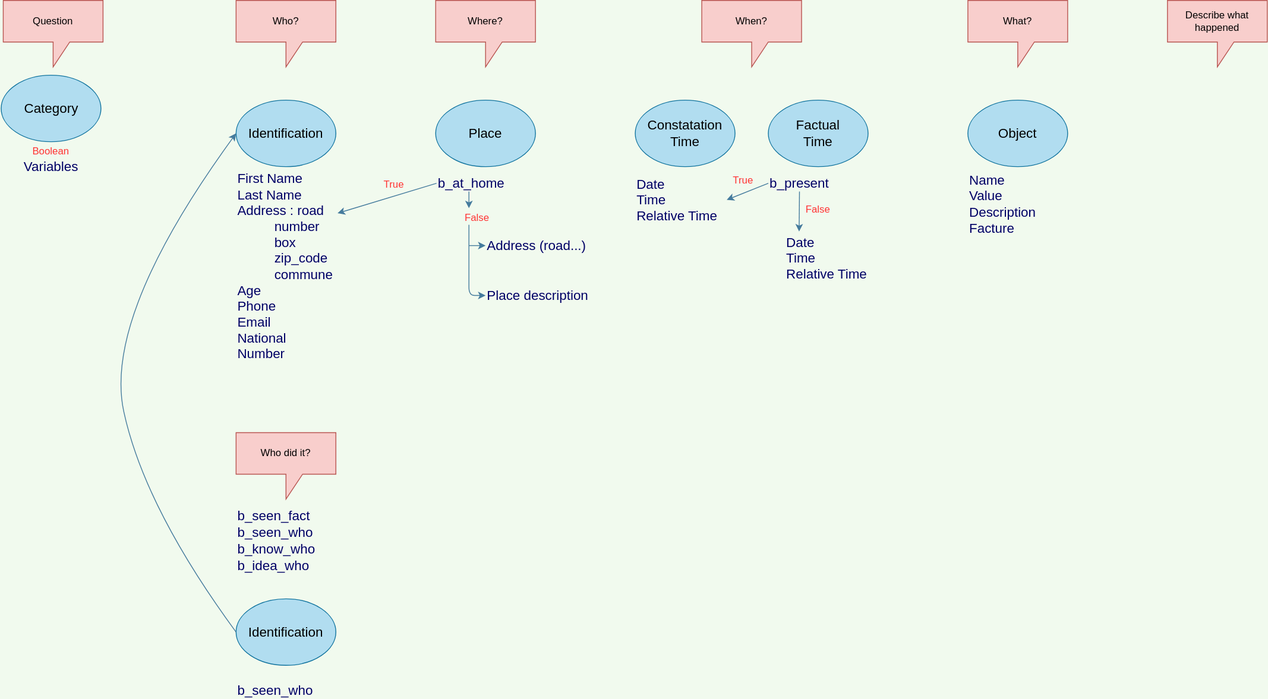
Above: concepts/Variables_needed.svg in Joffreybvn/police-training-chatbot (draw.io), before the change. Source tidied: cells renumbered, new cells last; positions are measured from the earlier drawing's top-left corner, leaving out a move shared by most shapes.
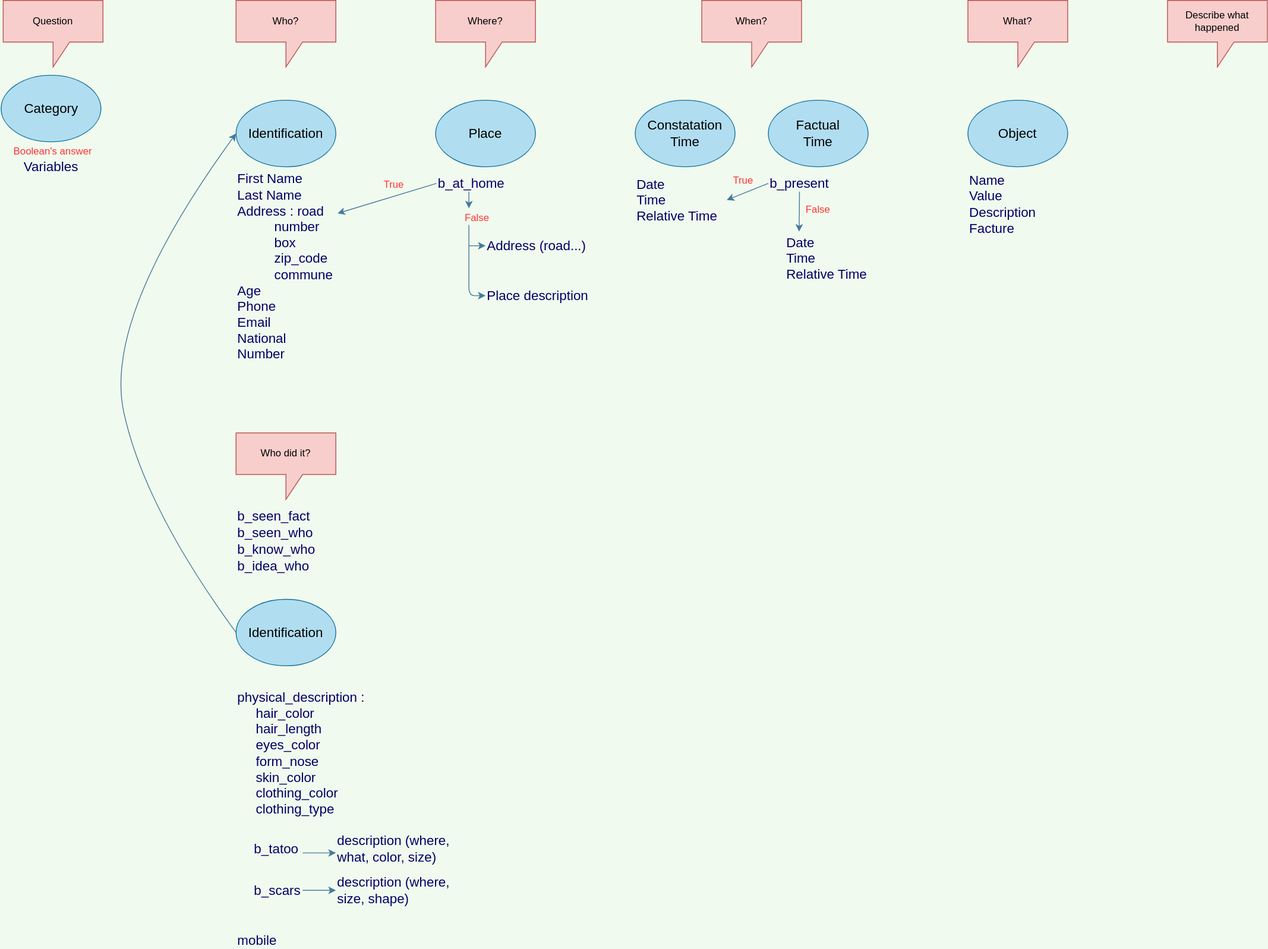
The same file after the commit.

What changed in the source:
```diff
@@ -35,8 +35,8 @@
     <mxCell id="12" value="&lt;font style=&quot;font-size: 12px&quot;&gt;True&lt;/font&gt;" style="text;html=1;align=center;verticalAlign=middle;whiteSpace=wrap;rounded=0;sketch=0;fontSize=16;fontColor=#FF3333;" parent="1" vertex="1">
       <mxGeometry x="452" y="210" width="40" height="20" as="geometry" />
     </mxCell>
-    <mxCell id="13" value="&lt;font style=&quot;font-size: 12px&quot;&gt;Boolean&lt;/font&gt;" style="text;html=1;align=center;verticalAlign=middle;whiteSpace=wrap;rounded=0;sketch=0;fontSize=16;fontColor=#FF3333;" parent="1" vertex="1">
-      <mxGeometry x="47" y="170" width="25" height="20" as="geometry" />
+    <mxCell id="13" value="&lt;font style=&quot;font-size: 12px&quot;&gt;Boolean's answer&lt;/font&gt;" style="text;html=1;align=center;verticalAlign=middle;whiteSpace=wrap;rounded=0;sketch=0;fontSize=16;fontColor=#FF3333;" parent="1" vertex="1">
+      <mxGeometry x="12" y="170" width="100" height="20" as="geometry" />
     </mxCell>
     <mxCell id="14" value="Address (road...)" style="text;html=1;align=left;verticalAlign=middle;whiteSpace=wrap;rounded=0;sketch=0;strokeWidth=1;fontColor=#000066;fontSize=16;" parent="1" vertex="1">
       <mxGeometry x="582" y="280" width="130" height="30" as="geometry" />
@@ -124,8 +124,8 @@
     <mxCell id="39" value="Identification" style="ellipse;whiteSpace=wrap;html=1;fillColor=#b1ddf0;strokeColor=#10739e;fontSize=16;" parent="1" vertex="1">
       <mxGeometry x="282" y="720" width="120" height="80" as="geometry" />
     </mxCell>
-    <mxCell id="40" value="b_seen_who" style="text;html=1;align=left;verticalAlign=middle;whiteSpace=wrap;rounded=0;sketch=0;strokeWidth=1;fontColor=#000066;fontSize=16;" parent="1" vertex="1">
-      <mxGeometry x="282" y="820" width="89" height="20" as="geometry" />
+    <mxCell id="40" value="physical_description :&lt;br&gt;&amp;nbsp; &amp;nbsp; &amp;nbsp;hair_color&lt;br&gt;&amp;nbsp; &amp;nbsp; &amp;nbsp;hair_length&lt;br&gt;&amp;nbsp; &amp;nbsp; &amp;nbsp;eyes_color&lt;br&gt;&amp;nbsp; &amp;nbsp; &amp;nbsp;form_nose&lt;br&gt;&amp;nbsp; &amp;nbsp; &amp;nbsp;skin_color&lt;br&gt;&amp;nbsp; &amp;nbsp; &amp;nbsp;clothing_color&lt;br&gt;&amp;nbsp; &amp;nbsp; &amp;nbsp;clothing_type" style="text;html=1;align=left;verticalAlign=middle;whiteSpace=wrap;rounded=0;sketch=0;strokeWidth=1;fontColor=#000066;fontSize=16;" parent="1" vertex="1">
+      <mxGeometry x="282" y="820" width="200" height="170" as="geometry" />
     </mxCell>
     <mxCell id="41" style="curved=1;endArrow=classic;html=1;strokeColor=#457B9D;fillColor=#A8DADC;fontSize=16;fontColor=#FF3333;exitX=0;exitY=0.5;exitDx=0;exitDy=0;entryX=0;entryY=0.5;entryDx=0;entryDy=0;" parent="1" edge="1" source="39" target="5">
       <mxGeometry relative="1" as="geometry">
@@ -138,5 +138,30 @@
     <mxCell id="42" value="b_know_who" style="text;html=1;align=left;verticalAlign=middle;whiteSpace=wrap;rounded=0;sketch=0;strokeWidth=1;fontColor=#000066;fontSize=16;" parent="1" vertex="1">
       <mxGeometry x="282" y="650" width="89" height="20" as="geometry" />
     </mxCell>
+    <mxCell id="43" value="b_tatoo" style="text;html=1;align=left;verticalAlign=middle;whiteSpace=wrap;rounded=0;sketch=0;strokeWidth=1;fontColor=#000066;fontSize=16;" parent="1" vertex="1">
+      <mxGeometry x="302" y="1010" width="60" height="20" as="geometry" />
+    </mxCell>
+    <mxCell id="44" value="b_scars" style="text;html=1;align=left;verticalAlign=middle;whiteSpace=wrap;rounded=0;sketch=0;strokeWidth=1;fontColor=#000066;fontSize=16;" parent="1" vertex="1">
+      <mxGeometry x="302" y="1060" width="60" height="20" as="geometry" />
+    </mxCell>
+    <mxCell id="45" style="endArrow=classic;html=1;strokeColor=#457B9D;fillColor=#A8DADC;fontSize=16;fontColor=#FF3333;exitX=1;exitY=0.75;exitDx=0;exitDy=0;entryX=0;entryY=0.75;entryDx=0;entryDy=0;" parent="1" edge="1" source="43" target="46">
+      <mxGeometry relative="1" as="geometry">
+        <Array as="points">
+          <mxPoint x="402" y="1025" />
+        </Array>
+      </mxGeometry>
+    </mxCell>
+    <mxCell id="46" value="description (where, what, color, size)" style="text;html=1;align=left;verticalAlign=middle;whiteSpace=wrap;rounded=0;sketch=0;strokeWidth=1;fontColor=#000066;fontSize=16;" parent="1" vertex="1">
+      <mxGeometry x="402" y="1010" width="150" height="20" as="geometry" />
+    </mxCell>
+    <mxCell id="47" value="description (where, size, shape)" style="text;html=1;align=left;verticalAlign=middle;whiteSpace=wrap;rounded=0;sketch=0;strokeWidth=1;fontColor=#000066;fontSize=16;" parent="1" vertex="1">
+      <mxGeometry x="402" y="1050" width="150" height="40" as="geometry" />
+    </mxCell>
+    <mxCell id="48" style="endArrow=classic;html=1;strokeColor=#457B9D;fillColor=#A8DADC;fontSize=16;fontColor=#FF3333;exitX=1;exitY=0.5;exitDx=0;exitDy=0;entryX=0;entryY=0.5;entryDx=0;entryDy=0;" parent="1" edge="1" source="44" target="47">
+      <mxGeometry relative="1" as="geometry" />
+    </mxCell>
+    <mxCell id="49" value="mobile" style="text;html=1;align=left;verticalAlign=middle;whiteSpace=wrap;rounded=0;sketch=0;strokeWidth=1;fontColor=#000066;fontSize=16;" parent="1" vertex="1">
+      <mxGeometry x="282" y="1120" width="89" height="20" as="geometry" />
+    </mxCell>
   </root>
 </mxGraphModel>
```
